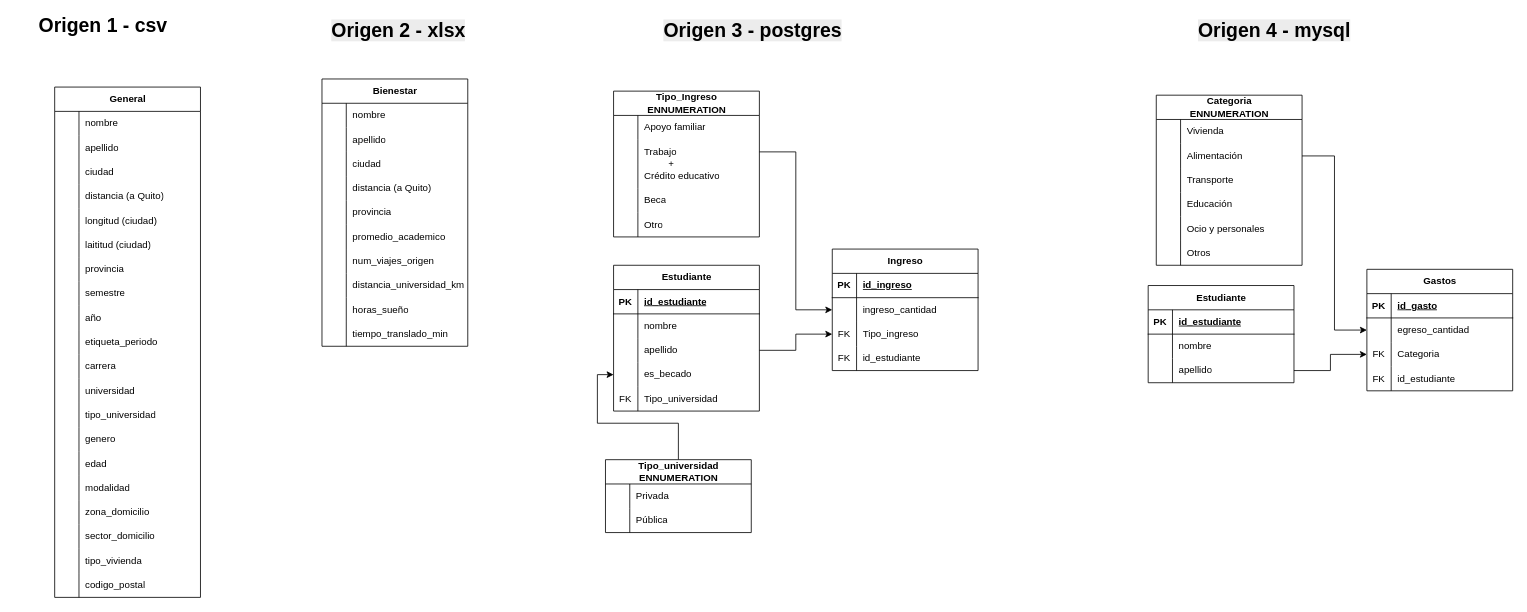
XLex0/AnalisisDatosEstudiantesForaneos-BI keeps this draw.io diagram as GeneracionDatos/OrigenesSchema.drawio. Above is the earlier version. Source tidied: cells renumbered, new cells numbered last; positions are measured from the earlier drawing's top-left corner, leaving out a move shared by most shapes. Both pictures are drawn from the tidied source at 81%, with x=0, y=0 at pixel (14, 14).
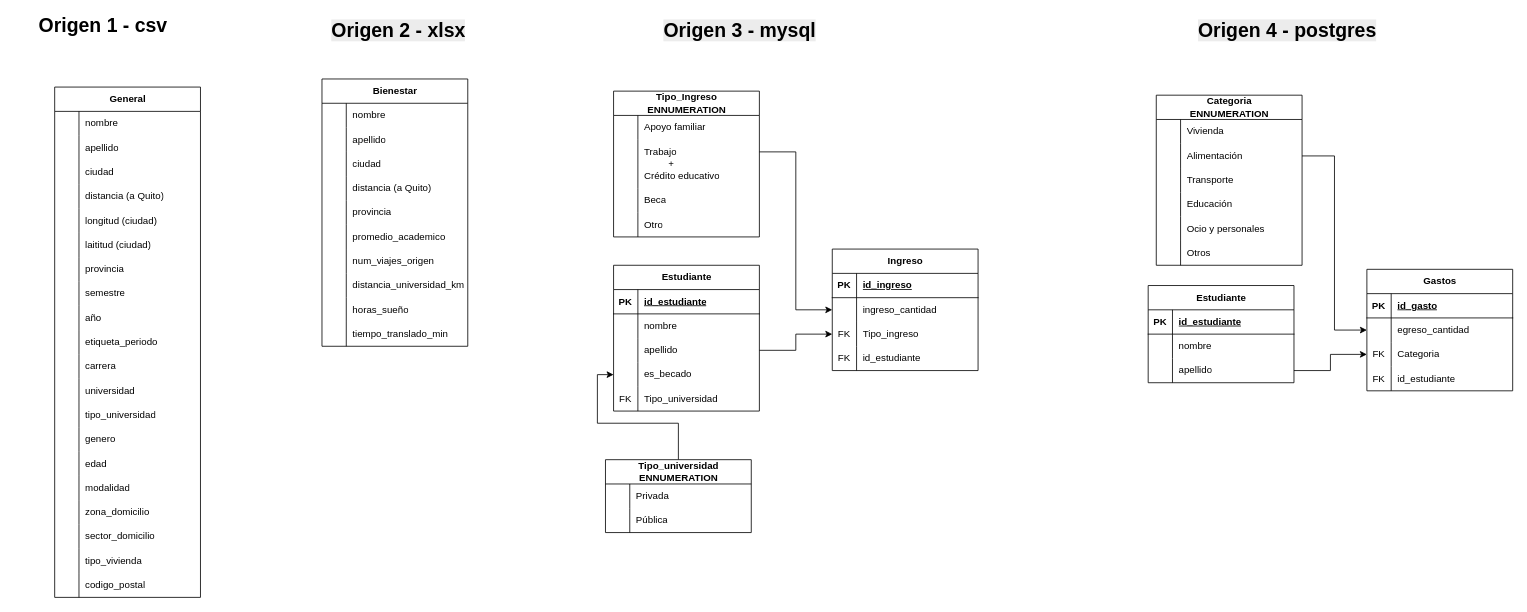
Above is the later version.

Diff of the diagram source:
```diff
@@
-    <mxCell id="196" value="&lt;b style=&quot;forced-color-adjust: none; color: rgb(0, 0, 0); font-family: Helvetica; font-size: 24px; font-style: normal; font-variant-ligatures: normal; font-variant-caps: normal; letter-spacing: normal; orphans: 2; text-align: center; text-indent: 0px; text-transform: none; widows: 2; word-spacing: 0px; -webkit-text-stroke-width: 0px; white-space: normal; background-color: rgb(236, 236, 236); text-decoration-thickness: initial; text-decoration-style: initial; text-decoration-color: initial;&quot;&gt;Origen 3 - postgres&lt;/b&gt;" style="text;whiteSpace=wrap;html=1;" parent="1" vertex="1">
+    <mxCell id="196" value="&lt;b style=&quot;forced-color-adjust: none; color: rgb(0, 0, 0); font-family: Helvetica; font-size: 24px; font-style: normal; font-variant-ligatures: normal; font-variant-caps: normal; letter-spacing: normal; orphans: 2; text-align: center; text-indent: 0px; text-transform: none; widows: 2; word-spacing: 0px; -webkit-text-stroke-width: 0px; white-space: normal; background-color: rgb(236, 236, 236); text-decoration-thickness: initial; text-decoration-style: initial; text-decoration-color: initial;&quot;&gt;Origen 3 - mysql&lt;/b&gt;" style="text;whiteSpace=wrap;html=1;" parent="1" vertex="1">
       <mxGeometry x="800" width="320" height="50" as="geometry" />
     </mxCell>
-    <mxCell id="197" value="&lt;b style=&quot;forced-color-adjust: none; color: rgb(0, 0, 0); font-family: Helvetica; font-size: 24px; font-style: normal; font-variant-ligatures: normal; font-variant-caps: normal; letter-spacing: normal; orphans: 2; text-align: center; text-indent: 0px; text-transform: none; widows: 2; word-spacing: 0px; -webkit-text-stroke-width: 0px; white-space: normal; background-color: rgb(236, 236, 236); text-decoration-thickness: initial; text-decoration-style: initial; text-decoration-color: initial;&quot;&gt;Origen 4 - mysql&lt;/b&gt;" style="text;whiteSpace=wrap;html=1;" parent="1" vertex="1">
-      <mxGeometry x="1460" width="210" height="50" as="geometry" />
+    <mxCell id="197" value="&lt;b style=&quot;forced-color-adjust: none; color: rgb(0, 0, 0); font-family: Helvetica; font-size: 24px; font-style: normal; font-variant-ligatures: normal; font-variant-caps: normal; letter-spacing: normal; orphans: 2; text-align: center; text-indent: 0px; text-transform: none; widows: 2; word-spacing: 0px; -webkit-text-stroke-width: 0px; white-space: normal; background-color: rgb(236, 236, 236); text-decoration-thickness: initial; text-decoration-style: initial; text-decoration-color: initial;&quot;&gt;Origen 4 - postgres&lt;/b&gt;" style="text;whiteSpace=wrap;html=1;" parent="1" vertex="1">
+      <mxGeometry x="1460" width="280" height="50" as="geometry" />
     </mxCell>
```
